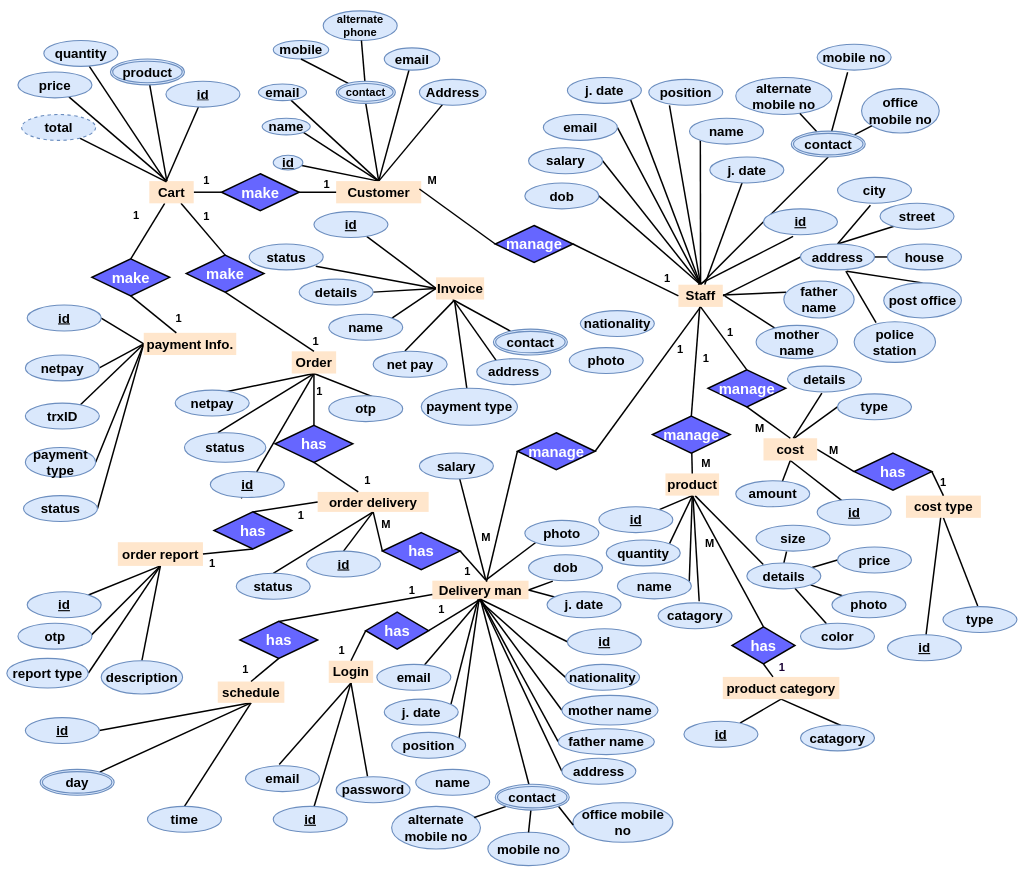
This is erd of update sms.drawio from prashanta1542/default, a draw.io file, before an edit. Source tidied: cells renumbered, new cells numbered last; positions are measured from the earlier drawing's top-left corner, leaving out a move shared by most shapes. Both pictures are drawn from the tidied source at 37%, with x=0, y=0 at pixel (7, 11).
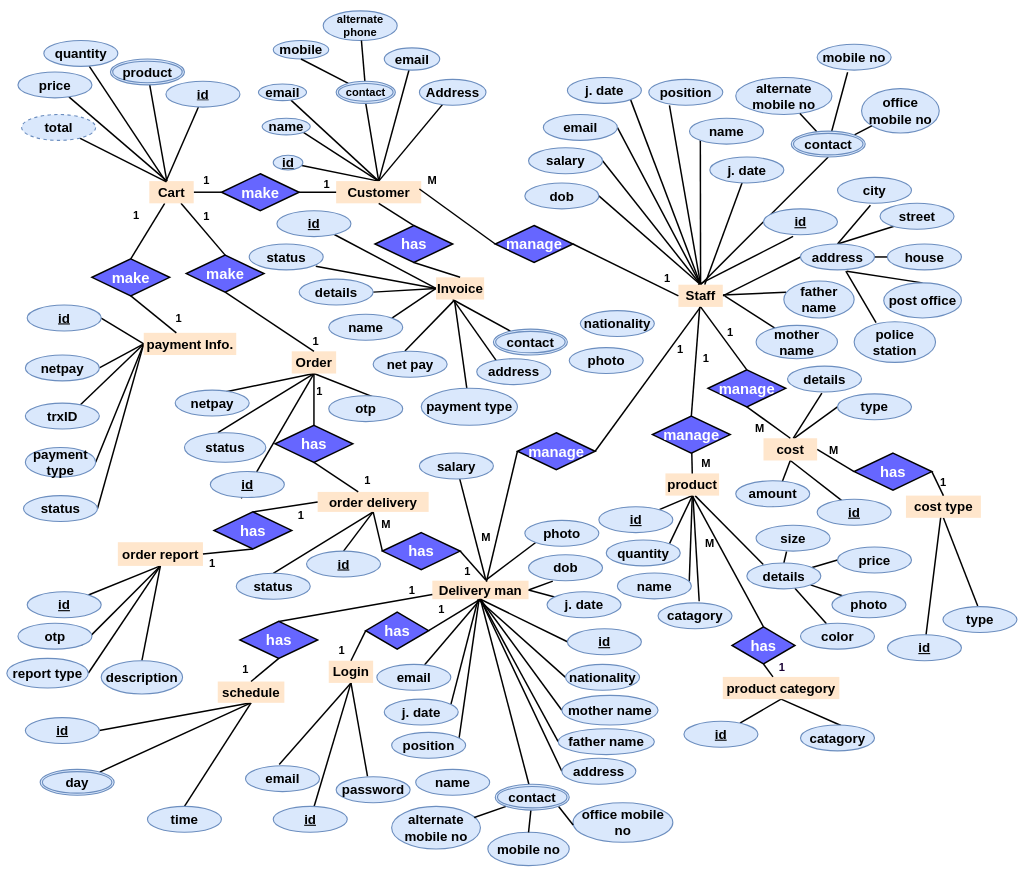
The same diagram, later.

Unchanged cells that the change refers to:
```xml
<mxCell id="8" value="&lt;h1&gt;&lt;font style=&quot;font-size: 36px;&quot;&gt;Customer&lt;/font&gt;&lt;/h1&gt;" style="rounded=0;whiteSpace=wrap;html=1;strokeWidth=3;perimeterSpacing=0;fillColor=#ffe6cc;strokeColor=none;" parent="1" vertex="1">
  <mxGeometry x="890" y="460" width="230" height="60" as="geometry" />
</mxCell>
<mxCell id="41" value="&lt;h1&gt;&lt;font style=&quot;font-size: 36px;&quot;&gt;Invoice&lt;/font&gt;&lt;/h1&gt;" style="rounded=0;whiteSpace=wrap;html=1;strokeColor=none;strokeWidth=3;fontFamily=Helvetica;fontSize=12;fillColor=#ffe6cc;" parent="1" vertex="1">
  <mxGeometry x="1160" y="720" width="130" height="60" as="geometry" />
</mxCell>
```

The edit, as a diff of the source:
```diff
@@
     <mxCell id="42" value="&lt;h1 style=&quot;font-size: 36px;&quot;&gt;&lt;u style=&quot;font-size: 36px;&quot;&gt;id&lt;/u&gt;&lt;/h1&gt;" style="ellipse;whiteSpace=wrap;html=1;rounded=0;strokeColor=#6c8ebf;strokeWidth=3;fontFamily=Helvetica;fontSize=36;fillColor=#dae8fc;spacing=1;" parent="1" vertex="1">
-      <mxGeometry x="830" y="542.5" width="200" height="70" as="geometry" />
+      <mxGeometry x="730" y="540" width="200" height="70" as="geometry" />
     </mxCell>
@@
+    <mxCell id="283" style="rounded=0;jettySize=auto;html=1;entryX=0.5;entryY=0;entryDx=0;entryDy=0;endArrow=none;strokeWidth=4;endFill=0;exitX=0.5;exitY=1;exitDx=0;exitDy=0;" parent="1" edge="1" source="285" target="41">
+      <mxGeometry relative="1" as="geometry" />
+    </mxCell>
+    <mxCell id="284" style="rounded=0;jettySize=auto;html=1;entryX=0.5;entryY=1;entryDx=0;entryDy=0;endArrow=none;strokeWidth=4;endFill=0;exitX=0.5;exitY=0;exitDx=0;exitDy=0;" parent="1" edge="1" source="285" target="8">
+      <mxGeometry relative="1" as="geometry" />
+    </mxCell>
+    <mxCell id="285" value="&lt;span style=&quot;font-size: 40px;&quot;&gt;&lt;b&gt;has&lt;/b&gt;&lt;/span&gt;" style="rhombus;whiteSpace=wrap;html=1;strokeWidth=4;labelBackgroundColor=none;endArrow=none;fontSize=11;rounded=0;endFill=0;fillColor=#6666FF;fontColor=#FFFFFF;" parent="1" vertex="1">
+      <mxGeometry x="995" y="580" width="210" height="100" as="geometry" />
+    </mxCell>
```
